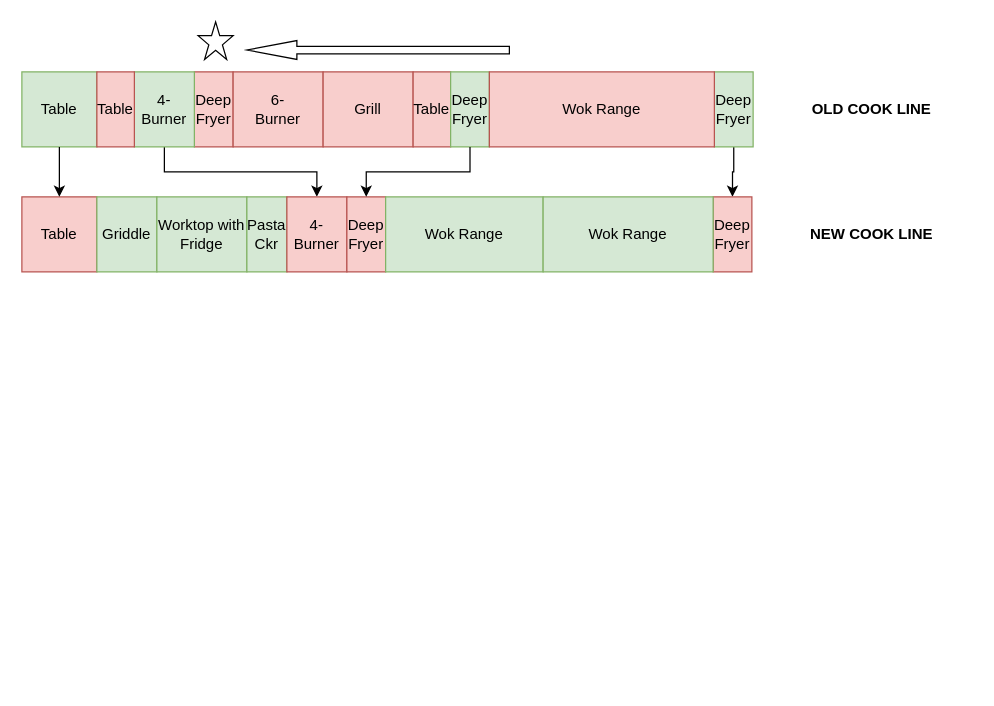
This is Untitled Diagram.drawio from youyouxue/Hello, a draw.io file, before an edit. Source tidied: cells renumbered, new cells numbered last; positions are measured from the earlier drawing's top-left corner, leaving out a move shared by most shapes. Both pictures are drawn from the tidied source at 125%, with x=0, y=0 at pixel (21, 21).
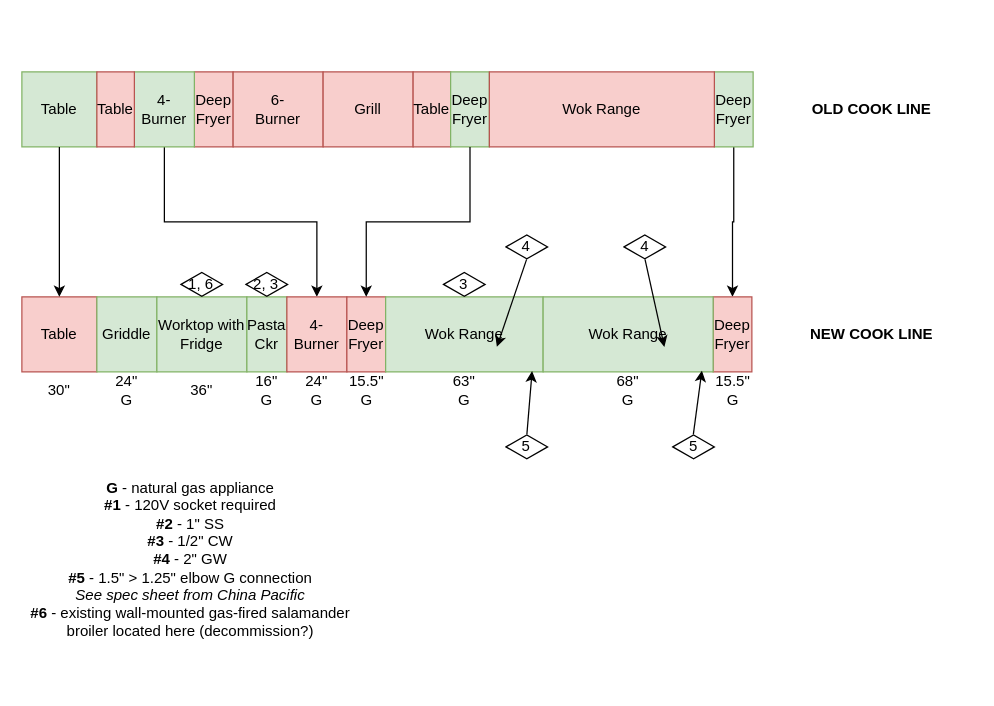
The same diagram, later.

What changed in the source:
```diff
@@
     <mxCell id="14" value="Table" style="rounded=0;whiteSpace=wrap;html=1;fillColor=#f8cecc;strokeColor=#b85450;" parent="1" vertex="1">
-      <mxGeometry y="140" width="60" height="60" as="geometry" />
+      <mxGeometry y="220" width="60" height="60" as="geometry" />
     </mxCell>
     <mxCell id="15" value="Griddle" style="rounded=0;whiteSpace=wrap;html=1;fillColor=#d5e8d4;strokeColor=#82b366;" parent="1" vertex="1">
-      <mxGeometry x="60" y="140" width="48" height="60" as="geometry" />
+      <mxGeometry x="60" y="220" width="48" height="60" as="geometry" />
     </mxCell>
     <mxCell id="16" value="Worktop with&lt;div&gt;Fridge&lt;/div&gt;" style="rounded=0;whiteSpace=wrap;html=1;fillColor=#d5e8d4;strokeColor=#82b366;" parent="1" vertex="1">
-      <mxGeometry x="108" y="140" width="72" height="60" as="geometry" />
+      <mxGeometry x="108" y="220" width="72" height="60" as="geometry" />
     </mxCell>
     <mxCell id="17" value="Pasta&lt;div&gt;Ckr&lt;/div&gt;" style="rounded=0;whiteSpace=wrap;html=1;fillColor=#d5e8d4;strokeColor=#82b366;" parent="1" vertex="1">
-      <mxGeometry x="180" y="140" width="32" height="60" as="geometry" />
+      <mxGeometry x="180" y="220" width="32" height="60" as="geometry" />
     </mxCell>
     <mxCell id="18" value="4-&lt;div&gt;Burner&lt;/div&gt;" style="rounded=0;whiteSpace=wrap;html=1;fillColor=#f8cecc;strokeColor=#b85450;" parent="1" vertex="1">
-      <mxGeometry x="212" y="140" width="48" height="60" as="geometry" />
+      <mxGeometry x="212" y="220" width="48" height="60" as="geometry" />
     </mxCell>
     <mxCell id="19" value="Deep Fryer" style="rounded=0;whiteSpace=wrap;html=1;fillColor=#f8cecc;strokeColor=#b85450;" parent="1" vertex="1">
-      <mxGeometry x="260" y="140" width="31" height="60" as="geometry" />
+      <mxGeometry x="260" y="220" width="31" height="60" as="geometry" />
     </mxCell>
     <mxCell id="20" value="Deep Fryer" style="rounded=0;whiteSpace=wrap;html=1;fillColor=#f8cecc;strokeColor=#b85450;" parent="1" vertex="1">
-      <mxGeometry x="553" y="140" width="31" height="60" as="geometry" />
+      <mxGeometry x="553" y="220" width="31" height="60" as="geometry" />
     </mxCell>
     <mxCell id="21" value="Wok Range" style="rounded=0;whiteSpace=wrap;html=1;fillColor=#d5e8d4;strokeColor=#82b366;" parent="1" vertex="1">
-      <mxGeometry x="291" y="140" width="126" height="60" as="geometry" />
+      <mxGeometry x="291" y="220" width="126" height="60" as="geometry" />
     </mxCell>
     <mxCell id="22" value="Wok Range" style="rounded=0;whiteSpace=wrap;html=1;fillColor=#d5e8d4;strokeColor=#82b366;" parent="1" vertex="1">
-      <mxGeometry x="417" y="140" width="136" height="60" as="geometry" />
+      <mxGeometry x="417" y="220" width="136" height="60" as="geometry" />
     </mxCell>
@@
     <mxCell id="26" value="&lt;b&gt;NEW COOK LINE&lt;/b&gt;" style="text;html=1;align=center;verticalAlign=middle;whiteSpace=wrap;rounded=0;" parent="1" vertex="1">
-      <mxGeometry x="600" y="155" width="160" height="30" as="geometry" />
+      <mxGeometry x="600" y="235" width="160" height="30" as="geometry" />
     </mxCell>
-    <mxCell id="27" style="verticalLabelPosition=bottom;verticalAlign=top;html=1;shape=mxgraph.basic.star;" parent="1" vertex="1">
-      <mxGeometry x="141" width="28" height="30" as="geometry" />
-    </mxCell>
-    <mxCell id="28" style="html=1;shadow=0;dashed=0;align=center;verticalAlign=middle;shape=mxgraph.arrows2.arrow;dy=0.6;dx=40;flipH=1;notch=0;" parent="1" vertex="1">
-      <mxGeometry x="180" y="15" width="210" height="15" as="geometry" />
-    </mxCell>
+    <mxCell id="29" value="30&quot;" style="text;html=1;align=center;verticalAlign=middle;whiteSpace=wrap;rounded=0;" parent="1" vertex="1">
+      <mxGeometry y="280" width="60" height="30" as="geometry" />
+    </mxCell>
+    <mxCell id="30" value="24&quot;&lt;div&gt;G&lt;/div&gt;" style="text;html=1;align=center;verticalAlign=middle;whiteSpace=wrap;rounded=0;" parent="1" vertex="1">
+      <mxGeometry x="54" y="280" width="60" height="30" as="geometry" />
+    </mxCell>
+    <mxCell id="31" value="36&quot;" style="text;html=1;align=center;verticalAlign=middle;whiteSpace=wrap;rounded=0;" parent="1" vertex="1">
+      <mxGeometry x="114" y="280" width="60" height="30" as="geometry" />
+    </mxCell>
+    <mxCell id="32" value="16&quot;&lt;div&gt;G&lt;/div&gt;" style="text;html=1;align=center;verticalAlign=middle;whiteSpace=wrap;rounded=0;" parent="1" vertex="1">
+      <mxGeometry x="166" y="280" width="60" height="30" as="geometry" />
+    </mxCell>
+    <mxCell id="33" value="24&quot;&lt;div&gt;G&lt;/div&gt;" style="text;html=1;align=center;verticalAlign=middle;whiteSpace=wrap;rounded=0;" parent="1" vertex="1">
+      <mxGeometry x="206" y="280" width="60" height="30" as="geometry" />
+    </mxCell>
+    <mxCell id="34" value="15.5&quot;&lt;div&gt;G&lt;/div&gt;" style="text;html=1;align=center;verticalAlign=middle;whiteSpace=wrap;rounded=0;" parent="1" vertex="1">
+      <mxGeometry x="245.5" y="280" width="60" height="30" as="geometry" />
+    </mxCell>
+    <mxCell id="35" value="63&quot;&lt;div&gt;G&lt;/div&gt;" style="text;html=1;align=center;verticalAlign=middle;whiteSpace=wrap;rounded=0;" parent="1" vertex="1">
+      <mxGeometry x="324" y="280" width="60" height="30" as="geometry" />
+    </mxCell>
+    <mxCell id="36" value="68&quot;&lt;div&gt;G&lt;/div&gt;" style="text;html=1;align=center;verticalAlign=middle;whiteSpace=wrap;rounded=0;" parent="1" vertex="1">
+      <mxGeometry x="455" y="280" width="60" height="30" as="geometry" />
+    </mxCell>
+    <mxCell id="37" value="15.5&quot;&lt;div&gt;G&lt;/div&gt;" style="text;html=1;align=center;verticalAlign=middle;whiteSpace=wrap;rounded=0;" parent="1" vertex="1">
+      <mxGeometry x="538.5" y="280" width="60" height="30" as="geometry" />
+    </mxCell>
+    <mxCell id="38" style="endArrow=classic;html=1;rounded=0;entryX=0.93;entryY=0.989;entryDx=0;entryDy=0;entryPerimeter=0;exitX=0.5;exitY=0;exitDx=0;exitDy=0;" parent="1" edge="1" target="21">
+      <mxGeometry relative="1" as="geometry">
+        <mxPoint x="404" y="330" as="sourcePoint" />
+      </mxGeometry>
+    </mxCell>
+    <mxCell id="39" style="endArrow=classic;html=1;rounded=0;entryX=0.93;entryY=0.989;entryDx=0;entryDy=0;entryPerimeter=0;exitX=0.495;exitY=0;exitDx=0;exitDy=0;exitPerimeter=0;" parent="1" edge="1" source="49">
+      <mxGeometry relative="1" as="geometry">
+        <mxPoint x="544" y="279" as="targetPoint" />
+      </mxGeometry>
+    </mxCell>
+    <mxCell id="40" style="endArrow=classic;html=1;rounded=0;exitX=0.495;exitY=1;exitDx=0;exitDy=0;anchorPointDirection=1;exitPerimeter=0;" parent="1" edge="1" source="46">
+      <mxGeometry relative="1" as="geometry">
+        <mxPoint x="380" y="260" as="targetPoint" />
+      </mxGeometry>
+    </mxCell>
+    <mxCell id="41" style="endArrow=classic;html=1;rounded=0;exitX=0.505;exitY=1;exitDx=0;exitDy=0;anchorPointDirection=1;exitPerimeter=0;" parent="1" edge="1" source="47">
+      <mxGeometry relative="1" as="geometry">
+        <mxPoint x="514" y="260" as="targetPoint" />
+      </mxGeometry>
+    </mxCell>
+    <mxCell id="42" value="1, 6" style="html=1;whiteSpace=wrap;shape=isoRectangle;" parent="1" vertex="1">
+      <mxGeometry x="127.3" y="200" width="33.3" height="20" as="geometry" />
+    </mxCell>
+    <mxCell id="43" value="2, 3" style="html=1;whiteSpace=wrap;shape=isoRectangle;" parent="1" vertex="1">
+      <mxGeometry x="179.3" y="200" width="33.3" height="20" as="geometry" />
+    </mxCell>
+    <mxCell id="44" value="&lt;div&gt;&lt;b&gt;G&lt;/b&gt;&amp;nbsp;- natural gas appliance&lt;/div&gt;&lt;b&gt;#1&lt;/b&gt; - 120V socket required&lt;div&gt;&lt;b&gt;#2&lt;/b&gt; - 1&quot; SS&lt;/div&gt;&lt;div&gt;&lt;b&gt;#3&lt;/b&gt; - 1/2&quot; CW&lt;/div&gt;&lt;div&gt;&lt;b&gt;#4&lt;/b&gt; - 2&quot; GW&lt;/div&gt;&lt;div&gt;&lt;b&gt;#5&lt;/b&gt; - 1.5&quot; &amp;gt; 1.25&quot; elbow G connection&lt;/div&gt;&lt;div&gt;&lt;i&gt;See spec sheet from China Pacific&lt;/i&gt;&lt;/div&gt;&lt;div&gt;&lt;b&gt;#6&lt;/b&gt; - existing wall-mounted gas-fired salamander broiler located here (decommission?)&lt;/div&gt;" style="text;html=1;align=center;verticalAlign=middle;whiteSpace=wrap;rounded=0;" parent="1" vertex="1">
+      <mxGeometry y="330" width="270" height="200" as="geometry" />
+    </mxCell>
+    <mxCell id="45" value="3" style="html=1;whiteSpace=wrap;shape=isoRectangle;" parent="1" vertex="1">
+      <mxGeometry x="337.3" y="200" width="33.3" height="20" as="geometry" />
+    </mxCell>
+    <mxCell id="46" value="4" style="html=1;whiteSpace=wrap;shape=isoRectangle;" parent="1" vertex="1">
+      <mxGeometry x="387.3" y="170" width="33.3" height="20" as="geometry" />
+    </mxCell>
+    <mxCell id="47" value="4" style="html=1;whiteSpace=wrap;shape=isoRectangle;" parent="1" vertex="1">
+      <mxGeometry x="481.7" y="170" width="33.3" height="20" as="geometry" />
+    </mxCell>
+    <mxCell id="48" value="5" style="html=1;whiteSpace=wrap;shape=isoRectangle;" parent="1" vertex="1">
+      <mxGeometry x="387.3" y="330" width="33.3" height="20" as="geometry" />
+    </mxCell>
+    <mxCell id="49" value="5" style="html=1;whiteSpace=wrap;shape=isoRectangle;" parent="1" vertex="1">
+      <mxGeometry x="520.7" y="330" width="33.3" height="20" as="geometry" />
+    </mxCell>
```
